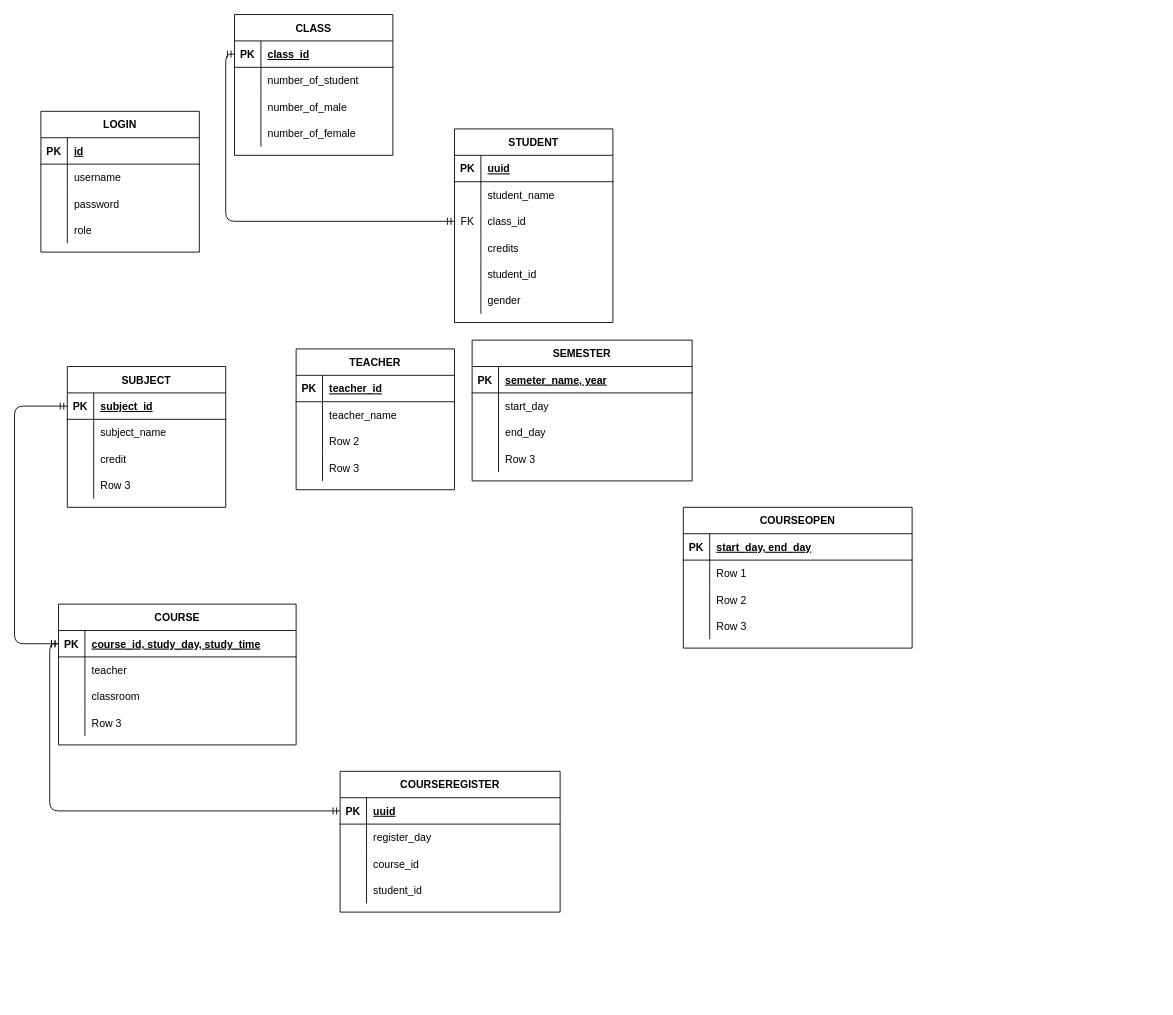
Earlier version of the draw.io diagram Untitled Diagram.drawio (HaiDuc0147/HibernateProject). Source tidied: cells renumbered, new cells numbered last; positions are measured from the earlier drawing's top-left corner, leaving out a move shared by most shapes. Both pictures are drawn from the tidied source at 88%, with x=0, y=0 at pixel (14, 14).
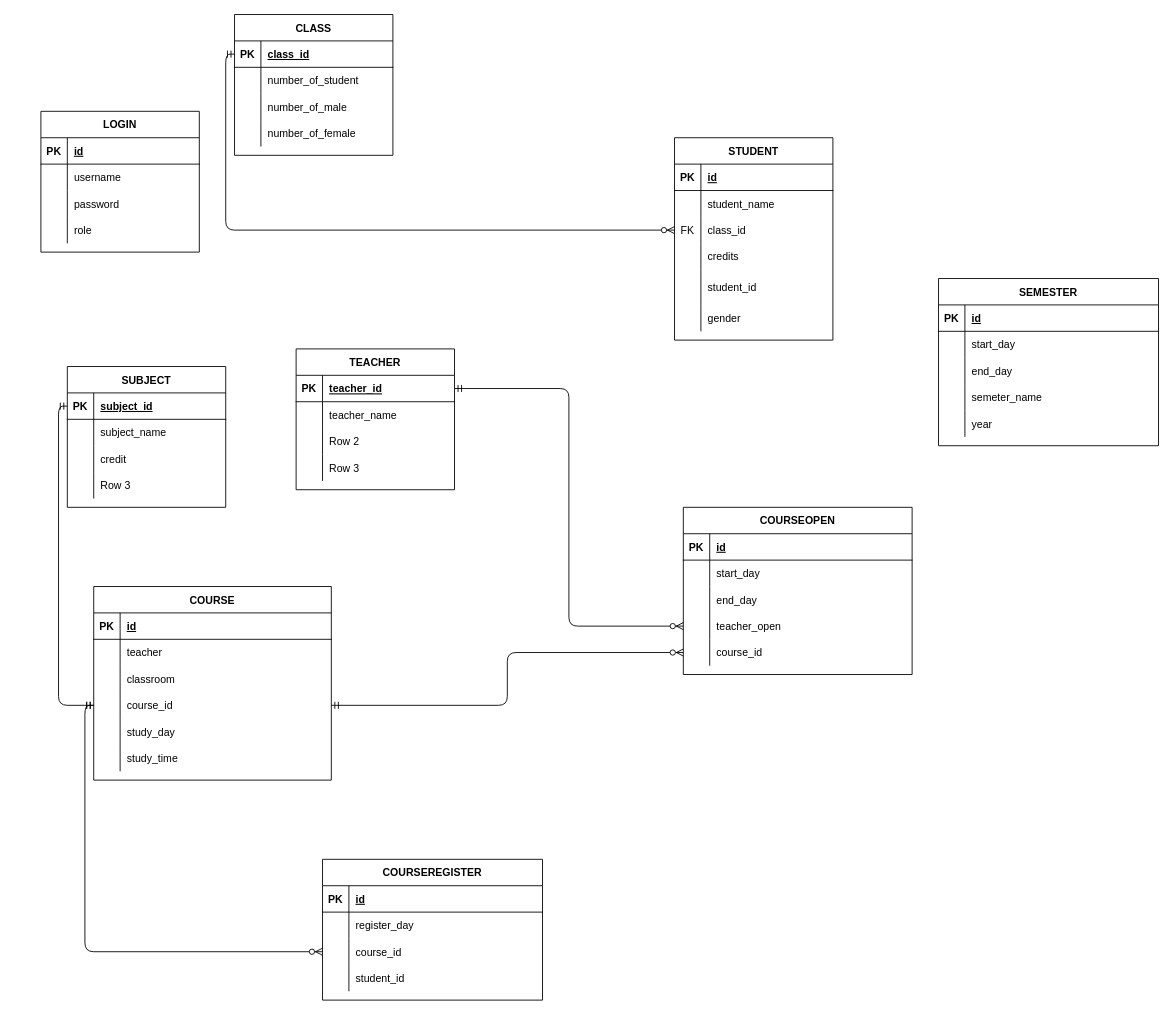
Above is the later version.

The change refers to these unchanged cells:
```xml
<mxCell id="16" style="shape=partialRectangle;fillColor=none;top=0;left=0;bottom=1;right=0;" parent="15" vertex="1">
  <mxGeometry y="30" width="180" height="30" as="geometry" />
</mxCell>
<mxCell id="22" style="shape=partialRectangle;fillColor=none;top=0;left=0;bottom=0;right=0;points=[[0,0.5],[1,0.5]];portConstraint=eastwest;" parent="15" vertex="1">
  <mxGeometry y="90" width="180" height="30" as="geometry" />
</mxCell>
<mxCell id="35" style="shape=partialRectangle;fillColor=none;top=0;left=0;bottom=1;right=0;points=[[0,0.5],[1,0.5]];portConstraint=eastwest;" parent="34" vertex="1">
  <mxGeometry y="30" width="180" height="30" as="geometry" />
</mxCell>
<mxCell id="48" style="shape=partialRectangle;fillColor=none;top=0;left=0;bottom=1;right=0;points=[[0,0.5],[1,0.5]];portConstraint=eastwest;" parent="47" vertex="1">
  <mxGeometry y="30" width="180" height="30" as="geometry" />
</mxCell>
<mxCell id="61" style="shape=partialRectangle;fillColor=none;top=0;left=0;bottom=1;right=0;points=[[0,0.5],[1,0.5]];portConstraint=eastwest;" parent="60" vertex="1">
  <mxGeometry y="30" width="270" height="30" as="geometry" />
</mxCell>
<mxCell id="70" style="shape=partialRectangle;fillColor=none;top=0;left=0;bottom=0;right=0;points=[[0,0.5],[1,0.5]];portConstraint=eastwest;" parent="60" vertex="1">
  <mxGeometry y="120" width="270" height="30" as="geometry" />
</mxCell>
<mxCell id="74" style="shape=partialRectangle;fillColor=none;top=0;left=0;bottom=1;right=0;" parent="73" vertex="1">
  <mxGeometry y="30" width="260" height="30" as="geometry" />
</mxCell>
<mxCell id="77" style="shape=partialRectangle;fillColor=none;top=0;left=0;bottom=0;right=0;" parent="73" vertex="1">
  <mxGeometry y="60" width="260" height="30" as="geometry" />
</mxCell>
<mxCell id="80" style="shape=partialRectangle;fillColor=none;top=0;left=0;bottom=0;right=0;" parent="73" vertex="1">
  <mxGeometry y="90" width="260" height="30" as="geometry" />
</mxCell>
<mxCell id="83" style="shape=partialRectangle;fillColor=none;top=0;left=0;bottom=0;right=0;points=[[0,0.5],[1,0.5]];portConstraint=eastwest;" parent="73" vertex="1">
  <mxGeometry y="120" width="260" height="30" as="geometry" />
</mxCell>
<mxCell id="87" style="shape=partialRectangle;fillColor=none;top=0;left=0;bottom=1;right=0;points=[[0,0.5],[1,0.5]];portConstraint=eastwest;" parent="86" vertex="1">
  <mxGeometry y="30" width="250" height="30" as="geometry" />
</mxCell>
<mxCell id="93" style="shape=partialRectangle;fillColor=none;top=0;left=0;bottom=0;right=0;points=[[0,0.5],[1,0.5]];portConstraint=eastwest;" parent="86" vertex="1">
  <mxGeometry y="90" width="250" height="30" as="geometry" />
</mxCell>
<mxCell id="100" style="shape=partialRectangle;fillColor=none;top=0;left=0;bottom=1;right=0;points=[[0,0.5],[1,0.5]];portConstraint=eastwest;" parent="99" vertex="1">
  <mxGeometry y="30" width="180" height="30" as="geometry" />
</mxCell>
<mxCell id="113" style="shape=partialRectangle;fillColor=none;top=0;left=0;bottom=1;right=0;" parent="112" vertex="1">
  <mxGeometry y="30" width="250" height="30" as="geometry" />
</mxCell>
<mxCell id="122" style="shape=partialRectangle;fillColor=none;top=0;left=0;bottom=0;right=0;" parent="112" vertex="1">
  <mxGeometry y="120" width="250" height="30" as="geometry" />
</mxCell>
```

Change to the diagram source:
```diff
@@
     <mxCell id="15" value="STUDENT" style="shape=table;startSize=30;childLayout=tableLayout;rowLines=0;fontStyle=1;align=center;" parent="1" vertex="1">
-      <mxGeometry x="500" y="130" width="180" height="220" as="geometry" />
+      <mxGeometry x="750" y="140" width="180" height="230" as="geometry" />
     </mxCell>
@@
-    <mxCell id="18" value="uuid" style="shape=partialRectangle;fillColor=none;top=0;left=0;bottom=0;right=0;align=left;spacingLeft=6;fontStyle=5;overflow=hidden;" parent="16" vertex="1">
+    <mxCell id="18" value="id" style="shape=partialRectangle;fillColor=none;top=0;left=0;bottom=0;right=0;align=left;spacingLeft=6;fontStyle=5;overflow=hidden;" parent="16" vertex="1">
       <mxGeometry x="30" width="150" height="30" as="geometry" />
     </mxCell>
@@
     <mxCell id="28" style="shape=partialRectangle;fillColor=none;top=0;left=0;bottom=0;right=0;" parent="15" vertex="1">
-      <mxGeometry y="150" width="180" height="30" as="geometry" />
+      <mxGeometry y="150" width="180" height="40" as="geometry" />
     </mxCell>
     <mxCell id="29" style="shape=partialRectangle;fillColor=none;top=0;left=0;bottom=0;right=0;overflow=hidden;" parent="28" vertex="1">
-      <mxGeometry width="30" height="30" as="geometry" />
+      <mxGeometry width="30" height="40" as="geometry" />
     </mxCell>
     <mxCell id="30" value="student_id" style="shape=partialRectangle;fillColor=none;top=0;left=0;bottom=0;right=0;align=left;spacingLeft=6;overflow=hidden;" parent="28" vertex="1">
-      <mxGeometry x="30" width="150" height="30" as="geometry" />
+      <mxGeometry x="30" width="150" height="40" as="geometry" />
     </mxCell>
     <mxCell id="31" style="shape=partialRectangle;fillColor=none;top=0;left=0;bottom=0;right=0;" parent="15" vertex="1">
-      <mxGeometry y="180" width="180" height="30" as="geometry" />
+      <mxGeometry y="190" width="180" height="30" as="geometry" />
     </mxCell>
@@
     <mxCell id="60" value="COURSE" style="shape=table;startSize=30;childLayout=tableLayout;rowLines=0;fontStyle=1;align=center;" parent="1" vertex="1">
-      <mxGeometry x="50" y="670" width="270" height="160" as="geometry" />
+      <mxGeometry x="90" y="650" width="270" height="220" as="geometry" />
     </mxCell>
@@
-    <mxCell id="63" value="course_id, study_day, study_time" style="shape=partialRectangle;fillColor=none;top=0;left=0;bottom=0;right=0;align=left;spacingLeft=6;fontStyle=5;overflow=hidden;" parent="61" vertex="1">
+    <mxCell id="63" value="id" style="shape=partialRectangle;fillColor=none;top=0;left=0;bottom=0;right=0;align=left;spacingLeft=6;fontStyle=5;overflow=hidden;" parent="61" vertex="1">
       <mxGeometry x="30" width="240" height="30" as="geometry" />
     </mxCell>
@@
-    <mxCell id="72" value="Row 3" style="shape=partialRectangle;fillColor=none;top=0;left=0;bottom=0;right=0;align=left;spacingLeft=6;overflow=hidden;" parent="70" vertex="1">
+    <mxCell id="72" value="course_id" style="shape=partialRectangle;fillColor=none;top=0;left=0;bottom=0;right=0;align=left;spacingLeft=6;overflow=hidden;" parent="70" vertex="1">
       <mxGeometry x="30" width="240" height="30" as="geometry" />
     </mxCell>
+    <mxCell id="128" style="shape=partialRectangle;fillColor=none;top=0;left=0;bottom=0;right=0;" parent="60" vertex="1">
+      <mxGeometry y="150" width="270" height="30" as="geometry" />
+    </mxCell>
+    <mxCell id="129" style="shape=partialRectangle;fillColor=none;top=0;left=0;bottom=0;right=0;overflow=hidden;" parent="128" vertex="1">
+      <mxGeometry width="30" height="30" as="geometry" />
+    </mxCell>
+    <mxCell id="130" value="study_day" style="shape=partialRectangle;fillColor=none;top=0;left=0;bottom=0;right=0;align=left;spacingLeft=6;overflow=hidden;" parent="128" vertex="1">
+      <mxGeometry x="30" width="240" height="30" as="geometry" />
+    </mxCell>
+    <mxCell id="131" style="shape=partialRectangle;fillColor=none;top=0;left=0;bottom=0;right=0;" parent="60" vertex="1">
+      <mxGeometry y="180" width="270" height="30" as="geometry" />
+    </mxCell>
+    <mxCell id="132" style="shape=partialRectangle;fillColor=none;top=0;left=0;bottom=0;right=0;overflow=hidden;" parent="131" vertex="1">
+      <mxGeometry width="30" height="30" as="geometry" />
+    </mxCell>
+    <mxCell id="133" value="study_time" style="shape=partialRectangle;fillColor=none;top=0;left=0;bottom=0;right=0;align=left;spacingLeft=6;overflow=hidden;" parent="131" vertex="1">
+      <mxGeometry x="30" width="240" height="30" as="geometry" />
+    </mxCell>
     <mxCell id="73" value="COURSEOPEN" style="shape=table;startSize=30;childLayout=tableLayout;rowLines=0;fontStyle=1;align=center;" parent="1" vertex="1">
-      <mxGeometry x="760" y="560" width="260" height="160" as="geometry" />
+      <mxGeometry x="760" y="560" width="260" height="190" as="geometry" />
     </mxCell>
@@
-    <mxCell id="76" value="start_day, end_day" style="shape=partialRectangle;fillColor=none;top=0;left=0;bottom=0;right=0;align=left;spacingLeft=6;fontStyle=5;overflow=hidden;" parent="74" vertex="1">
+    <mxCell id="76" value="id" style="shape=partialRectangle;fillColor=none;top=0;left=0;bottom=0;right=0;align=left;spacingLeft=6;fontStyle=5;overflow=hidden;" parent="74" vertex="1">
       <mxGeometry x="30" width="230" height="30" as="geometry" />
     </mxCell>
@@
-    <mxCell id="79" value="Row 1" style="shape=partialRectangle;fillColor=none;top=0;left=0;bottom=0;right=0;align=left;spacingLeft=6;overflow=hidden;" parent="77" vertex="1">
+    <mxCell id="79" value="start_day " style="shape=partialRectangle;fillColor=none;top=0;left=0;bottom=0;right=0;align=left;spacingLeft=6;overflow=hidden;" parent="77" vertex="1">
       <mxGeometry x="30" width="230" height="30" as="geometry" />
     </mxCell>
@@
-    <mxCell id="82" value="Row 2" style="shape=partialRectangle;fillColor=none;top=0;left=0;bottom=0;right=0;align=left;spacingLeft=6;overflow=hidden;" parent="80" vertex="1">
+    <mxCell id="82" value="end_day" style="shape=partialRectangle;fillColor=none;top=0;left=0;bottom=0;right=0;align=left;spacingLeft=6;overflow=hidden;" parent="80" vertex="1">
       <mxGeometry x="30" width="230" height="30" as="geometry" />
     </mxCell>
@@
-    <mxCell id="85" value="Row 3" style="shape=partialRectangle;fillColor=none;top=0;left=0;bottom=0;right=0;align=left;spacingLeft=6;overflow=hidden;" parent="83" vertex="1">
+    <mxCell id="85" value="teacher_open" style="shape=partialRectangle;fillColor=none;top=0;left=0;bottom=0;right=0;align=left;spacingLeft=6;overflow=hidden;" parent="83" vertex="1">
       <mxGeometry x="30" width="230" height="30" as="geometry" />
     </mxCell>
+    <mxCell id="134" style="shape=partialRectangle;fillColor=none;top=0;left=0;bottom=0;right=0;points=[[0,0.5],[1,0.5]];portConstraint=eastwest;" parent="73" vertex="1">
+      <mxGeometry y="150" width="260" height="30" as="geometry" />
+    </mxCell>
+    <mxCell id="135" style="shape=partialRectangle;fillColor=none;top=0;left=0;bottom=0;right=0;overflow=hidden;" parent="134" vertex="1">
+      <mxGeometry width="30" height="30" as="geometry" />
+    </mxCell>
+    <mxCell id="136" value="course_id" style="shape=partialRectangle;fillColor=none;top=0;left=0;bottom=0;right=0;align=left;spacingLeft=6;overflow=hidden;" parent="134" vertex="1">
+      <mxGeometry x="30" width="230" height="30" as="geometry" />
+    </mxCell>
     <mxCell id="86" value="COURSEREGISTER" style="shape=table;startSize=30;childLayout=tableLayout;rowLines=0;fontStyle=1;align=center;" parent="1" vertex="1">
-      <mxGeometry x="370" y="860" width="250" height="160" as="geometry" />
+      <mxGeometry x="350" y="960" width="250" height="160" as="geometry" />
     </mxCell>
@@
-    <mxCell id="89" value="uuid" style="shape=partialRectangle;fillColor=none;top=0;left=0;bottom=0;right=0;align=left;spacingLeft=6;fontStyle=5;overflow=hidden;" parent="87" vertex="1">
+    <mxCell id="89" value="id" style="shape=partialRectangle;fillColor=none;top=0;left=0;bottom=0;right=0;align=left;spacingLeft=6;fontStyle=5;overflow=hidden;" parent="87" vertex="1">
       <mxGeometry x="30" width="220" height="30" as="geometry" />
     </mxCell>
@@
     <mxCell id="112" value="SEMESTER" style="shape=table;startSize=30;childLayout=tableLayout;rowLines=0;fontStyle=1;align=center;" parent="1" vertex="1">
-      <mxGeometry x="520" y="370" width="250" height="160" as="geometry" />
+      <mxGeometry x="1050" y="300" width="250" height="190" as="geometry" />
     </mxCell>
@@
-    <mxCell id="115" value="semeter_name, year" style="shape=partialRectangle;fillColor=none;top=0;left=0;bottom=0;right=0;align=left;spacingLeft=6;fontStyle=5;overflow=hidden;" parent="113" vertex="1">
+    <mxCell id="115" value="id" style="shape=partialRectangle;fillColor=none;top=0;left=0;bottom=0;right=0;align=left;spacingLeft=6;fontStyle=5;overflow=hidden;" parent="113" vertex="1">
       <mxGeometry x="30" width="220" height="30" as="geometry" />
     </mxCell>
@@
-    <mxCell id="124" value="Row 3" style="shape=partialRectangle;fillColor=none;top=0;left=0;bottom=0;right=0;align=left;spacingLeft=6;overflow=hidden;" parent="122" vertex="1">
+    <mxCell id="124" value="semeter_name" style="shape=partialRectangle;fillColor=none;top=0;left=0;bottom=0;right=0;align=left;spacingLeft=6;overflow=hidden;" parent="122" vertex="1">
       <mxGeometry x="30" width="220" height="30" as="geometry" />
     </mxCell>
+    <mxCell id="137" style="shape=partialRectangle;fillColor=none;top=0;left=0;bottom=0;right=0;" parent="112" vertex="1">
+      <mxGeometry y="150" width="250" height="30" as="geometry" />
+    </mxCell>
+    <mxCell id="138" style="shape=partialRectangle;fillColor=none;top=0;left=0;bottom=0;right=0;overflow=hidden;" parent="137" vertex="1">
+      <mxGeometry width="30" height="30" as="geometry" />
+    </mxCell>
+    <mxCell id="139" value="year" style="shape=partialRectangle;fillColor=none;top=0;left=0;bottom=0;right=0;align=left;spacingLeft=6;overflow=hidden;" parent="137" vertex="1">
+      <mxGeometry x="30" width="220" height="30" as="geometry" />
+    </mxCell>
-    <mxCell id="125" style="edgeStyle=orthogonalEdgeStyle;fontSize=12;html=1;endArrow=ERmandOne;startArrow=ERmandOne;entryX=0;entryY=0.5;entryDx=0;entryDy=0;exitX=0;exitY=0.5;exitDx=0;exitDy=0;" parent="1" edge="1" source="61" target="48">
-      <mxGeometry relative="1" as="geometry">
-        <Array as="points">
-          <mxPoint y="715" />
-          <mxPoint y="445" />
-        </Array>
-      </mxGeometry>
+    <mxCell id="125" style="edgeStyle=orthogonalEdgeStyle;fontSize=12;html=1;endArrow=ERmandOne;startArrow=ERmandOne;entryX=0;entryY=0.5;entryDx=0;entryDy=0;exitX=0;exitY=0.5;exitDx=0;exitDy=0;" parent="1" edge="1" source="70" target="48">
+      <mxGeometry relative="1" as="geometry" />
     </mxCell>
-    <mxCell id="126" style="edgeStyle=orthogonalEdgeStyle;fontSize=12;html=1;endArrow=ERmandOne;startArrow=ERmandOne;entryX=0;entryY=0.5;entryDx=0;entryDy=0;exitX=0;exitY=0.5;exitDx=0;exitDy=0;" parent="1" edge="1" source="100" target="22">
+    <mxCell id="126" style="edgeStyle=orthogonalEdgeStyle;fontSize=12;html=1;endArrow=ERzeroToMany;startArrow=ERmandOne;exitX=0;exitY=0.5;exitDx=0;exitDy=0;entryX=0;entryY=0.5;entryDx=0;entryDy=0;" parent="1" edge="1" source="100" target="22">
       <mxGeometry relative="1" as="geometry" />
     </mxCell>
-    <mxCell id="127" style="edgeStyle=orthogonalEdgeStyle;fontSize=12;html=1;endArrow=ERmandOne;startArrow=ERmandOne;exitX=0;exitY=0.5;exitDx=0;exitDy=0;entryX=0;entryY=0.5;entryDx=0;entryDy=0;" parent="1" edge="1" source="87" target="61">
-      <mxGeometry relative="1" as="geometry" />
-    </mxCell>
+    <mxCell id="140" style="edgeStyle=orthogonalEdgeStyle;fontSize=12;html=1;endArrow=ERzeroToMany;startArrow=ERmandOne;exitX=0;exitY=0.5;exitDx=0;exitDy=0;entryX=0;entryY=0.5;entryDx=0;entryDy=0;" parent="1" edge="1" source="70" target="93">
+      <mxGeometry relative="1" as="geometry" />
+    </mxCell>
+    <mxCell id="141" style="edgeStyle=orthogonalEdgeStyle;fontSize=12;html=1;endArrow=ERzeroToMany;startArrow=ERmandOne;exitX=1;exitY=0.5;exitDx=0;exitDy=0;entryX=0;entryY=0.5;entryDx=0;entryDy=0;" parent="1" edge="1" source="35" target="83">
+      <mxGeometry relative="1" as="geometry" />
+    </mxCell>
+    <mxCell id="142" style="edgeStyle=orthogonalEdgeStyle;fontSize=12;html=1;endArrow=ERzeroToMany;startArrow=ERmandOne;exitX=1;exitY=0.5;exitDx=0;exitDy=0;entryX=0;entryY=0.5;entryDx=0;entryDy=0;" parent="1" edge="1" source="70" target="134">
+      <mxGeometry relative="1" as="geometry" />
+    </mxCell>
```
